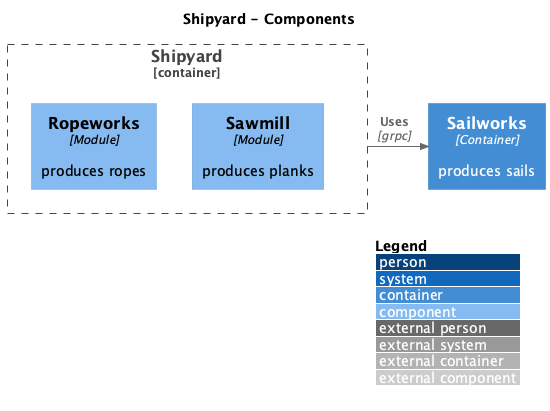
Earlier version of the PlantUML export modular-monolith/docs/C4_Component.png (mateuszmidor/GoStudy).
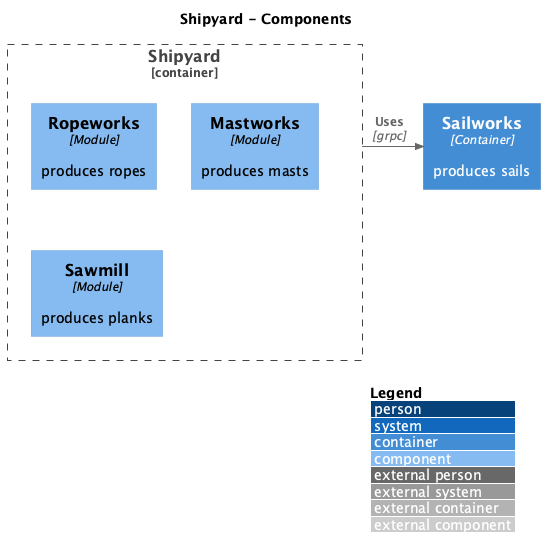
The same file after the commit.

Commit message:
added mastworks module

Change to the diagram source:
```diff
@@ -7,6 +7,7 @@
 
 Container_Boundary(Shipyard, "Shipyard") {
     Component(ropeworks, "Ropeworks", "Module", "produces ropes")
+    Component(mastworks, "Mastworks", "Module", "produces masts")
     Component(sawmill, "Sawmill", "Module", "produces planks")
 }
 Container(Sailworks, "Sailworks", "Container", "produces sails")
```
